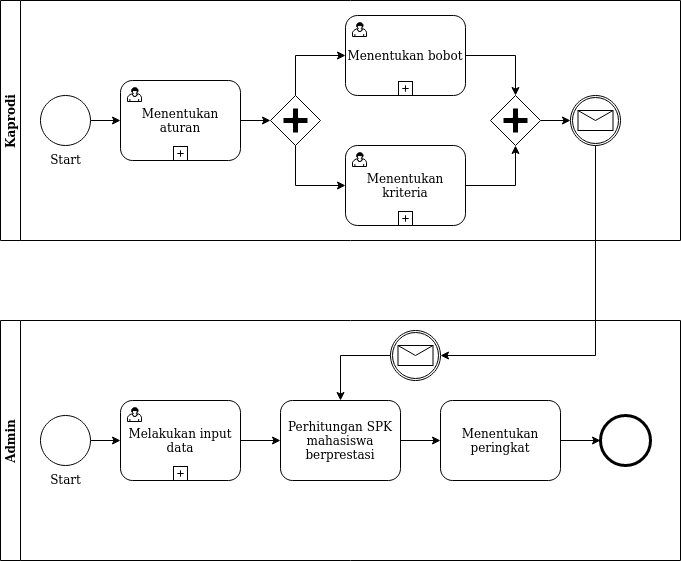
Earlier version of the draw.io export Tugas/BPMN2-Page-2.png (kucingtakucin/Proses-Bisnis-dan-SIM). Source tidied: cells renumbered, new cells last; positions are measured from the earlier drawing's top-left corner, leaving out a move shared by most shapes.
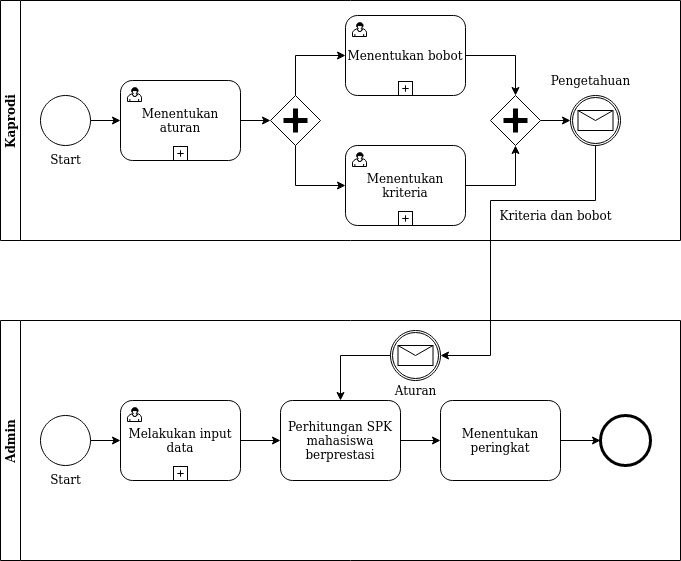
Later version of the same file.

What changed in the source:
```diff
@@ -85,6 +85,9 @@
     <mxCell id="22" style="shape=mxgraph.bpmn.shape;html=1;verticalLabelPosition=bottom;labelBackgroundColor=#ffffff;verticalAlign=top;align=center;perimeter=ellipsePerimeter;outlineConnect=0;outline=catching;symbol=message;" parent="2" vertex="1">
       <mxGeometry x="570" y="95" width="50" height="50" as="geometry" />
     </mxCell>
+    <mxCell id="38" value="Kriteria dan bobot" style="text;html=1;align=center;verticalAlign=middle;" parent="2" vertex="1">
+      <mxGeometry x="490" y="205" width="130" height="20" as="geometry" />
+    </mxCell>
     <mxCell id="23" value="Admin" style="swimlane;startSize=20;horizontal=0;" parent="1" vertex="1">
       <mxGeometry y="320" width="680" height="240" as="geometry" />
     </mxCell>
@@ -135,8 +138,20 @@
     <mxCell id="36" style="shape=mxgraph.bpmn.shape;html=1;verticalLabelPosition=bottom;labelBackgroundColor=#ffffff;verticalAlign=top;align=center;perimeter=ellipsePerimeter;outlineConnect=0;outline=end;symbol=general;" parent="23" vertex="1">
       <mxGeometry x="600" y="95" width="50" height="50" as="geometry" />
     </mxCell>
+    <mxCell id="39" value="Aturan" style="text;html=1;align=center;verticalAlign=middle;" parent="23" vertex="1">
+      <mxGeometry x="385" y="60" width="60" height="20" as="geometry" />
+    </mxCell>
     <mxCell id="37" style="edgeStyle=orthogonalEdgeStyle;rounded=0;jettySize=auto;html=1;entryX=1;entryY=0.5;entryDx=0;entryDy=0;exitX=0.5;exitY=1;exitDx=0;exitDy=0;" parent="1" edge="1" source="22" target="33">
-      <mxGeometry relative="1" as="geometry" />
+      <mxGeometry relative="1" as="geometry">
+        <Array as="points">
+          <mxPoint x="595" y="200" />
+          <mxPoint x="490" y="200" />
+          <mxPoint x="490" y="355" />
+        </Array>
+      </mxGeometry>
     </mxCell>
+    <mxCell id="40" value="Pengetahuan" style="text;html=1;align=center;verticalAlign=middle;" parent="1" vertex="1">
+      <mxGeometry x="545" y="70" width="90" height="20" as="geometry" />
+    </mxCell>
   </root>
 </mxGraphModel>
```
